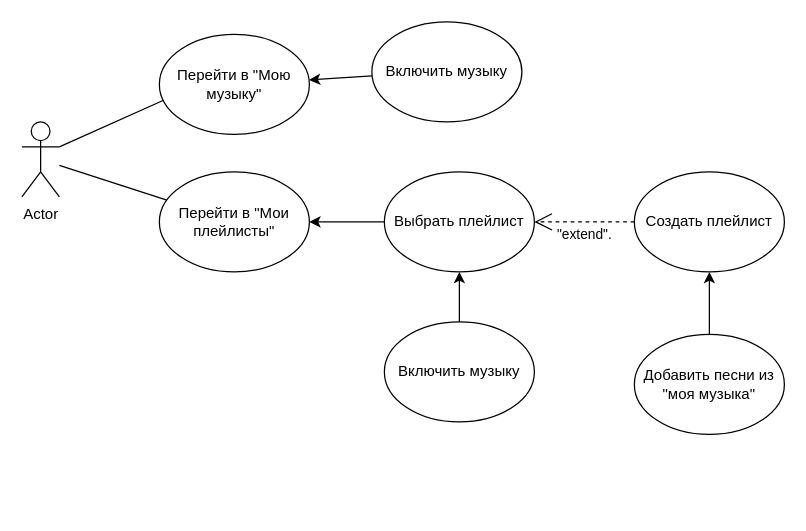
Earlier version of the draw.io diagram vk_project/usecase.drawio (ViktorM98/vk_project). Source tidied: cells renumbered, new cells numbered last; positions are measured from the earlier drawing's top-left corner, leaving out a move shared by most shapes. Both pictures are drawn from the tidied source at 125%, with x=0, y=0 at pixel (21, 21).
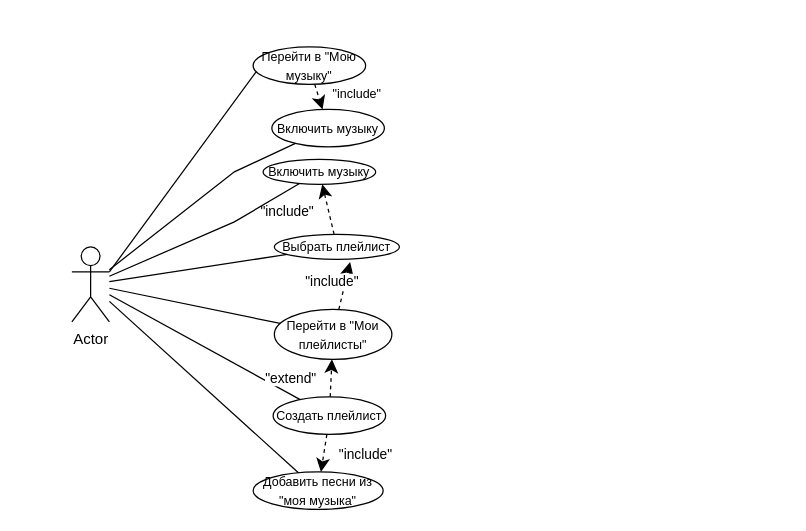
Above is the later version.

What changed in the source:
```diff
@@
     <mxCell id="2" value="Actor" style="shape=umlActor;verticalLabelPosition=bottom;verticalAlign=top;html=1;outlineConnect=0;" parent="1" vertex="1">
-      <mxGeometry y="80" width="30" height="60" as="geometry" />
+      <mxGeometry x="40" y="180" width="30" height="60" as="geometry" />
     </mxCell>
-    <mxCell id="3" value="Перейти в &quot;Мою музыку&quot;" style="ellipse;whiteSpace=wrap;html=1;" parent="1" vertex="1">
-      <mxGeometry x="110" y="10" width="120" height="80" as="geometry" />
+    <mxCell id="3" value="&lt;font style=&quot;font-size: 10px;&quot;&gt;Перейти в &quot;Мою музыку&quot;&lt;/font&gt;" style="ellipse;whiteSpace=wrap;html=1;" parent="1" vertex="1">
+      <mxGeometry x="185" y="20" width="90" height="30" as="geometry" />
     </mxCell>
-    <mxCell id="4" value="Перейти в &quot;Мои плейлисты&quot;" style="ellipse;whiteSpace=wrap;html=1;" parent="1" vertex="1">
-      <mxGeometry x="110" y="120" width="120" height="80" as="geometry" />
+    <mxCell id="4" value="&lt;font style=&quot;font-size: 10px;&quot;&gt;Перейти в &quot;Мои плейлисты&quot;&lt;/font&gt;" style="ellipse;whiteSpace=wrap;html=1;" parent="1" vertex="1">
+      <mxGeometry x="202" y="230" width="94" height="40" as="geometry" />
     </mxCell>
-    <mxCell id="5" value="Выбрать плейлист" style="ellipse;whiteSpace=wrap;html=1;" parent="1" vertex="1">
-      <mxGeometry x="290" y="120" width="120" height="80" as="geometry" />
+    <mxCell id="5" value="&lt;font style=&quot;font-size: 10px;&quot;&gt;Выбрать плейлист&lt;/font&gt;" style="ellipse;whiteSpace=wrap;html=1;" parent="1" vertex="1">
+      <mxGeometry x="202" y="170" width="100" height="20" as="geometry" />
     </mxCell>
-    <mxCell id="6" style="endArrow=classic;html=1;rounded=0;entryX=1;entryY=0.5;entryDx=0;entryDy=0;exitX=0;exitY=0.5;exitDx=0;exitDy=0;" parent="1" edge="1" source="5" target="4">
-      <mxGeometry relative="1" as="geometry" />
-    </mxCell>
@@
-    <mxCell id="9" value="Создать плейлист" style="ellipse;whiteSpace=wrap;html=1;" parent="1" vertex="1">
-      <mxGeometry x="490" y="120" width="120" height="80" as="geometry" />
+    <mxCell id="9" value="&lt;font style=&quot;font-size: 10px;&quot;&gt;Создать плейлист&lt;/font&gt;" style="ellipse;whiteSpace=wrap;html=1;" parent="1" vertex="1">
+      <mxGeometry x="201" y="300" width="90" height="30" as="geometry" />
     </mxCell>
-    <mxCell id="10" value="&lt;div&gt;&quot;extend&quot;.&lt;/div&gt;" style="endArrow=open;endSize=12;dashed=1;html=1;rounded=0;" parent="1" edge="1" source="9" target="5">
-      <mxGeometry y="10" relative="1" as="geometry" />
-    </mxCell>
-    <mxCell id="11" value="Включить музыку" style="ellipse;whiteSpace=wrap;html=1;" parent="1" vertex="1">
-      <mxGeometry x="280" width="120" height="80" as="geometry" />
+    <mxCell id="11" value="&lt;font style=&quot;font-size: 10px;&quot;&gt;Включить музыку&lt;/font&gt;" style="ellipse;whiteSpace=wrap;html=1;" parent="1" vertex="1">
+      <mxGeometry x="200" y="70" width="90" height="30" as="geometry" />
     </mxCell>
-    <mxCell id="12" style="endArrow=classic;html=1;rounded=0;" parent="1" edge="1" source="11" target="3">
-      <mxGeometry relative="1" as="geometry" />
-    </mxCell>
-    <mxCell id="13" value="Включить музыку" style="ellipse;whiteSpace=wrap;html=1;" parent="1" vertex="1">
-      <mxGeometry x="290" y="240" width="120" height="80" as="geometry" />
+    <mxCell id="13" value="&lt;font style=&quot;font-size: 10px;&quot;&gt;Включить музыку&lt;/font&gt;" style="ellipse;whiteSpace=wrap;html=1;" parent="1" vertex="1">
+      <mxGeometry x="193" y="110" width="90" height="20" as="geometry" />
     </mxCell>
-    <mxCell id="14" style="endArrow=classic;html=1;rounded=0;" parent="1" edge="1" source="13" target="5">
-      <mxGeometry relative="1" as="geometry" />
-    </mxCell>
-    <mxCell id="15" value="Добавить песни из &quot;моя музыка&quot;" style="ellipse;whiteSpace=wrap;html=1;" parent="1" vertex="1">
-      <mxGeometry x="490" y="250" width="120" height="80" as="geometry" />
+    <mxCell id="15" value="&lt;font style=&quot;font-size: 10px;&quot;&gt;Добавить песни из &quot;моя музыка&quot;&lt;/font&gt;" style="ellipse;whiteSpace=wrap;html=1;" parent="1" vertex="1">
+      <mxGeometry x="185" y="360" width="104" height="30" as="geometry" />
     </mxCell>
-    <mxCell id="16" style="endArrow=classic;html=1;rounded=0;" parent="1" edge="1" source="15" target="9">
-      <mxGeometry relative="1" as="geometry" />
-    </mxCell>
+    <mxCell id="17" value="&lt;div&gt;&lt;font style=&quot;font-size: 10px;&quot;&gt;&quot;include&quot;&lt;/font&gt;&lt;/div&gt;" style="endArrow=classic;endSize=8;dashed=1;html=1;rounded=0;align=left;" parent="1" edge="1" source="3" target="11">
+      <mxGeometry y="10" relative="1" as="geometry" />
+    </mxCell>
+    <mxCell id="18" value="&lt;div&gt;&quot;include&quot;&lt;/div&gt;" style="endArrow=classic;endSize=8;dashed=1;html=1;rounded=0;align=right;" parent="1" edge="1" source="5" target="13">
+      <mxGeometry y="10" relative="1" as="geometry" />
+    </mxCell>
+    <mxCell id="19" style="endArrow=none;html=1;rounded=0;" parent="1" edge="1" source="2" target="5">
+      <mxGeometry relative="1" as="geometry" />
+    </mxCell>
+    <mxCell id="20" style="endArrow=none;html=1;rounded=0;" parent="1" edge="1" source="2" target="13">
+      <mxGeometry relative="1" as="geometry">
+        <Array as="points">
+          <mxPoint x="170" y="160" />
+        </Array>
+      </mxGeometry>
+    </mxCell>
+    <mxCell id="21" style="endArrow=none;html=1;rounded=0;" parent="1" edge="1" source="2" target="11">
+      <mxGeometry relative="1" as="geometry">
+        <Array as="points">
+          <mxPoint x="170" y="120" />
+        </Array>
+      </mxGeometry>
+    </mxCell>
+    <mxCell id="22" style="endArrow=none;html=1;rounded=0;" parent="1" edge="1" source="2" target="9">
+      <mxGeometry relative="1" as="geometry" />
+    </mxCell>
+    <mxCell id="23" style="endArrow=none;html=1;rounded=0;" parent="1" edge="1" source="2" target="15">
+      <mxGeometry relative="1" as="geometry" />
+    </mxCell>
+    <mxCell id="24" value="&lt;div&gt;&quot;include&quot;&lt;/div&gt;" style="endArrow=classic;endSize=8;dashed=1;html=1;rounded=0;align=left;" parent="1" edge="1" source="9" target="15">
+      <mxGeometry y="10" relative="1" as="geometry" />
+    </mxCell>
+    <mxCell id="25" value="&lt;div&gt;&quot;extend&quot;&lt;/div&gt;" style="endArrow=classic;endSize=8;dashed=1;html=1;rounded=0;align=right;" parent="1" edge="1" source="9" target="4">
+      <mxGeometry x="0.01" y="10" relative="1" as="geometry" />
+    </mxCell>
+    <mxCell id="26" value="&lt;div&gt;&quot;include&quot;&lt;/div&gt;" style="endArrow=classic;endSize=8;dashed=1;html=1;rounded=0;entryX=0.606;entryY=1.107;entryDx=0;entryDy=0;entryPerimeter=0;" parent="1" edge="1" source="4" target="5">
+      <mxGeometry y="10" relative="1" as="geometry" />
+    </mxCell>
```
